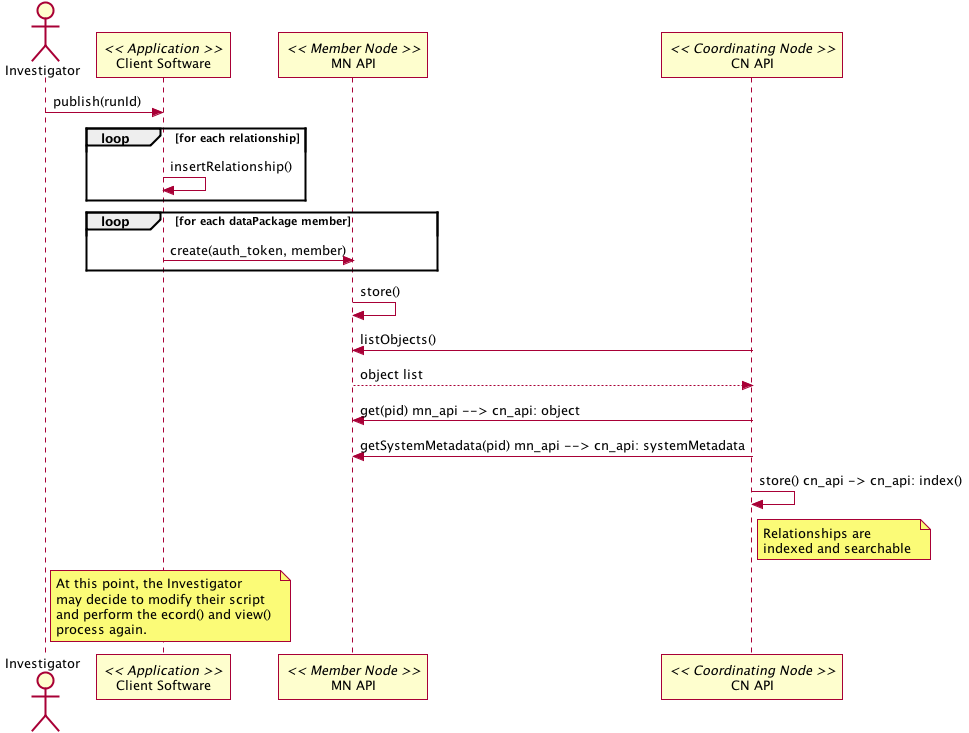
This is docs/use-cases/provenance/images/41_seq.png from DataONEorg/sem-prov-design, a PlantUML export, as it was before one commit.
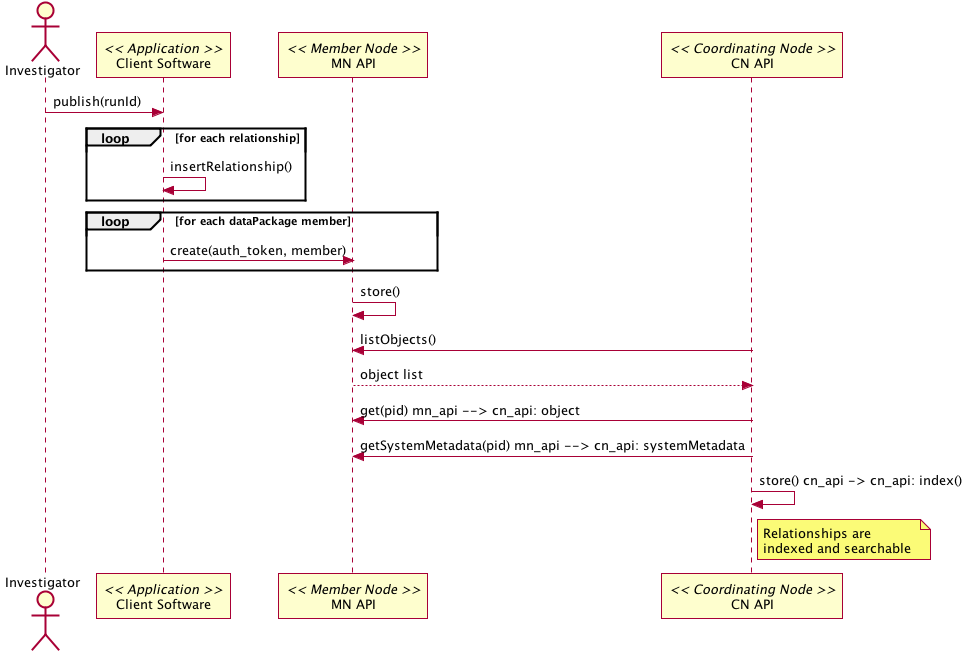
The same diagram one commit later.

Diff of the diagram source:
```diff
@@ -20,10 +20,4 @@
         Relationships are
         indexed and searchable
     end note
-    note right of Investigator
-        At this point, the Investigator
-        may decide to modify their script
-        and perform the ecord() and view()
-        process again.
-    end note
 @enduml
```
